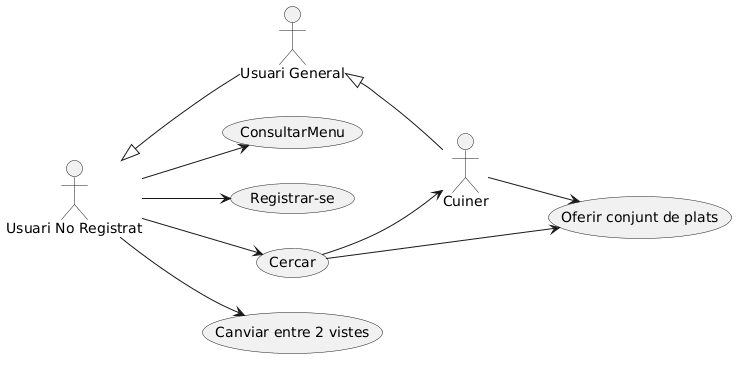
This is documents/Diagrames/Cas d'ús/Usuari No Registrat/UML_Cas_d_us_UsuariNoRegistrat.png from martipages/ES23UAB431-02, a PlantUML export, as it was before one commit.
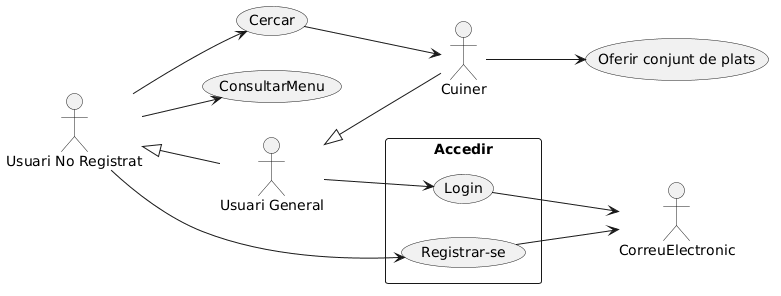
The same file after the commit.

Diff of the diagram source:
```diff
@@ -1,17 +1,41 @@
 @startuml
 left to right direction
 
-:Usuari No Registrat: as UsuariN
-:Usuari General: as Usuari
-:Cuiner:
 
-UsuariN <|-- Usuari
-Usuari <|-- Cuiner
-UsuariN --> (ConsultarMenu)
-UsuariN --> (Registrar-se)
+:Usuari General: as UsuariGeneral
+
+:Usuari No Registrat: as UsuariNoRegistrat
+
+
+rectangle Accedir {
+
+(Login) as Login
+
+(Registrar-se) as Registrar
+
+}
+
+
+UsuariGeneral <|-- Cuiner
+
+UsuariNoRegistrat <|-- UsuariGeneral
+
+
+Registrar --> CorreuElectronic
+
+Login --> CorreuElectronic
+
+
 Cuiner --> (Oferir conjunt de plats)
-UsuariN --> (Cercar)
+
+UsuariNoRegistrat --> (ConsultarMenu)
+
+UsuariNoRegistrat --> Registrar
+
+UsuariNoRegistrat --> (Cercar)
+
+UsuariGeneral --> Login
+
 (Cercar) --> Cuiner
-(Cercar) --> (Oferir conjunt de plats)
-UsuariN --> (Canviar entre 2 vistes)
+
 @enduml
```
